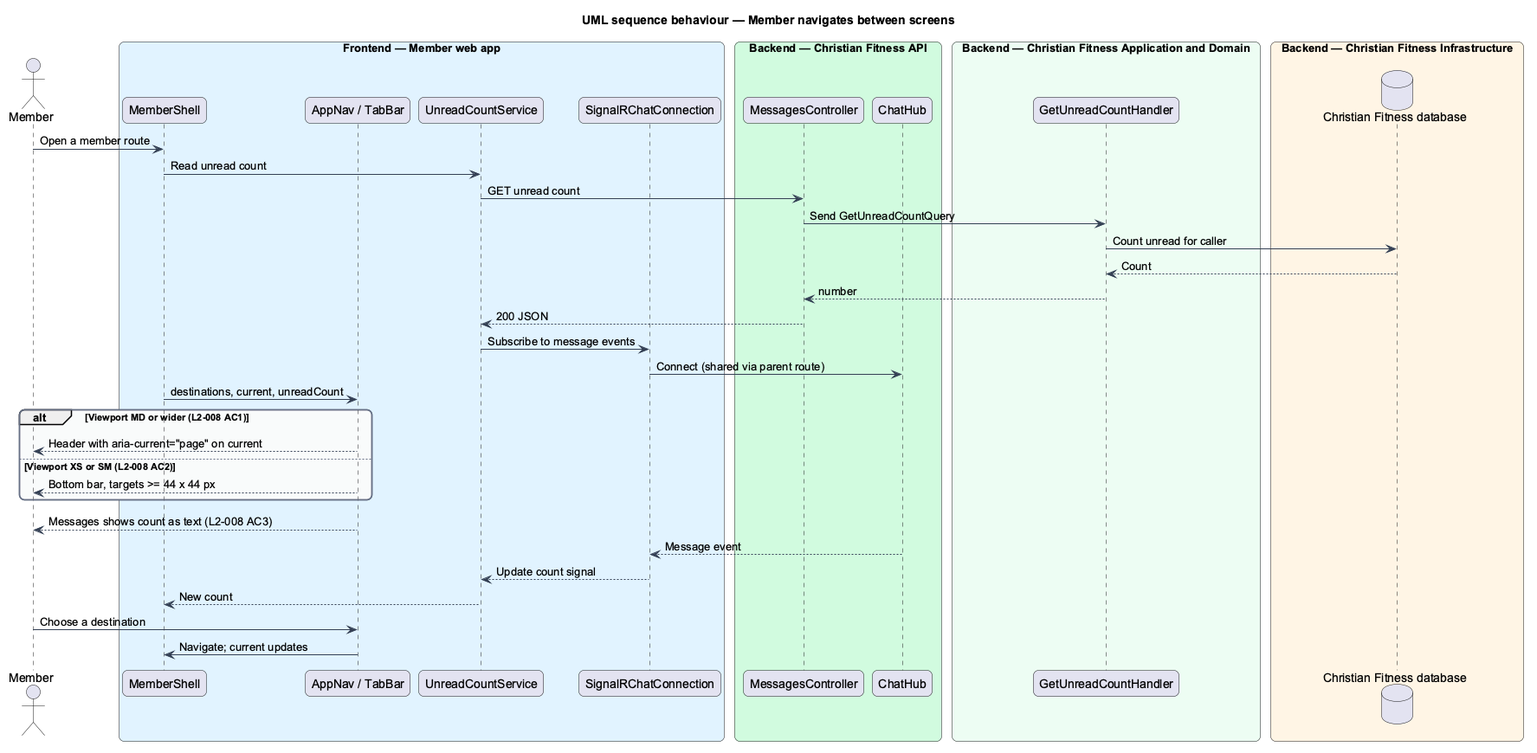
QuinntyneBrown/christian-fitness keeps this PlantUML diagram as docs/detailed-designs/member-home/navigate-member-app/diagrams/sequence-navigate.png. Above is the earlier version. The source it was exported from:
```plantuml
@startuml
title UML sequence behaviour — Member navigates between screens
skinparam backgroundColor #FFFFFF
skinparam shadowing false
skinparam roundcorner 12
skinparam defaultFontName Arial
skinparam ArrowColor #344054
skinparam rectangle {
  BorderColor #344054
  FontColor #101828
}
skinparam package {
  BorderColor #667085
  FontColor #101828
  BackgroundColor #F9FAFB
}
actor "Member" as actor
box "Frontend — Member web app" #E0F2FE
  participant "MemberShell" as shell
  participant "AppNav / TabBar" as nav
  participant "UnreadCountService" as svc
  participant "SignalRChatConnection" as conn
end box
box "Backend — Christian Fitness API" #D1FADF
  participant "MessagesController" as ctrl
  participant "ChatHub" as hub
end box
box "Backend — Christian Fitness Application and Domain" #ECFDF3
  participant "GetUnreadCountHandler" as h
end box
box "Backend — Christian Fitness Infrastructure" #FFF4E5
  database "Christian Fitness database" as db
end box
actor -> shell : Open a member route
shell -> svc : Read unread count
svc -> ctrl : GET unread count
ctrl -> h : Send GetUnreadCountQuery
h -> db : Count unread for caller
db --> h : Count
h --> ctrl : number
ctrl --> svc : 200 JSON
svc -> conn : Subscribe to message events
conn -> hub : Connect (shared via parent route)
shell -> nav : destinations, current, unreadCount
alt Viewport MD or wider (L2-008 AC1)
  nav --> actor : Header with aria-current="page" on current
else Viewport XS or SM (L2-008 AC2)
  nav --> actor : Bottom bar, targets >= 44 x 44 px
end
nav --> actor : Messages shows count as text (L2-008 AC3)
hub --> conn : Message event
conn --> svc : Update count signal
svc --> shell : New count
actor -> nav : Choose a destination
nav -> shell : Navigate; current updates
@enduml
```
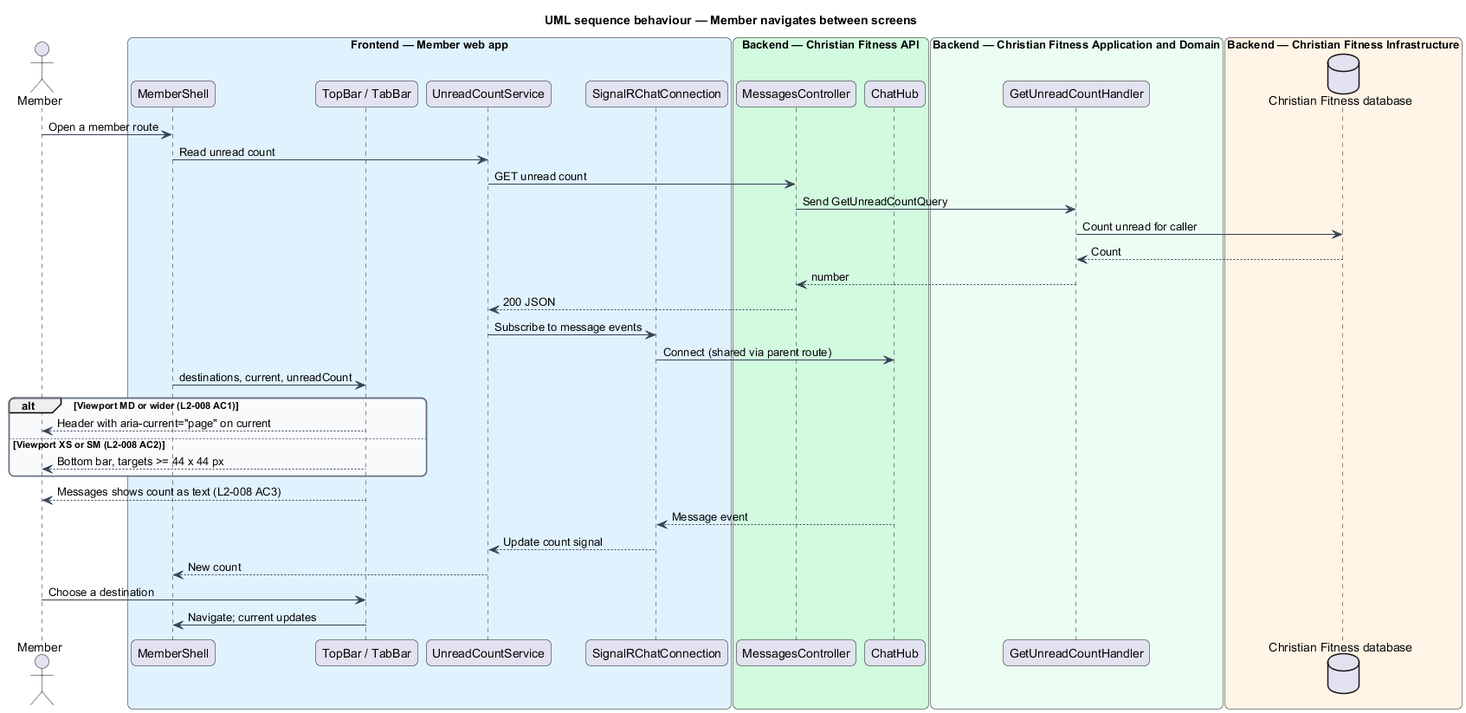
The same diagram one commit later.

Diff of the diagram source:
```diff
@@ -17,7 +17,7 @@
 actor "Member" as actor
 box "Frontend — Member web app" #E0F2FE
   participant "MemberShell" as shell
-  participant "AppNav / TabBar" as nav
+  participant "TopBar / TabBar" as nav
   participant "UnreadCountService" as svc
   participant "SignalRChatConnection" as conn
 end box
```
